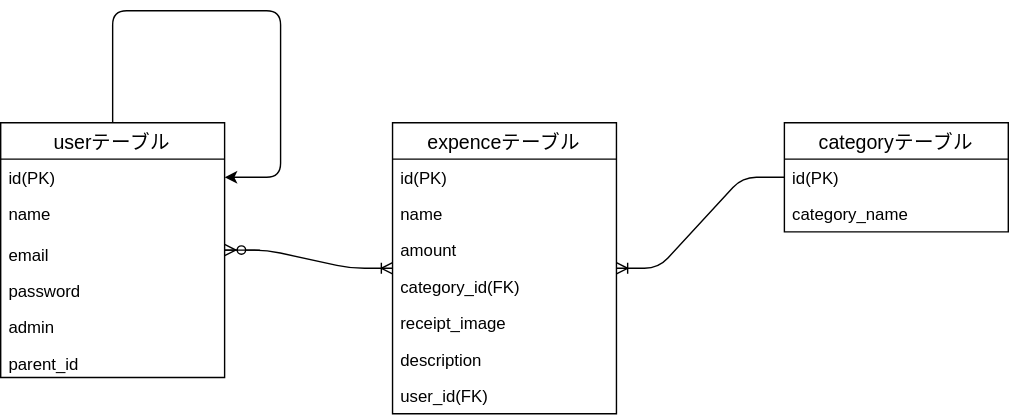
The draw.io diagram 09.rails_guide/ER.drawio.svg in junyoshimura57/TIL, before a commit. Source tidied: cells renumbered, new cells last; positions are measured from the earlier drawing's top-left corner, leaving out a move shared by most shapes.
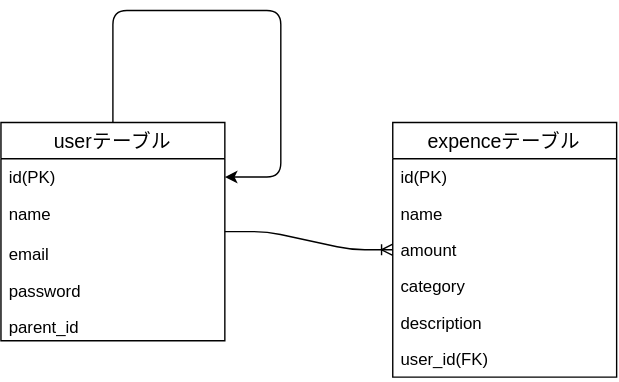
After the commit.

Change to the diagram source:
```diff
@@ -3,7 +3,7 @@
     <mxCell id="0" />
     <mxCell id="1" parent="0" />
     <mxCell id="2" value="expenceテーブル" style="swimlane;fontStyle=0;horizontal=1;startSize=26;align=center;fontSize=14;" parent="1" vertex="1">
-      <mxGeometry x="280" y="80" width="160" height="208" as="geometry" />
+      <mxGeometry x="280" y="80" width="160" height="182" as="geometry" />
     </mxCell>
     <mxCell id="3" value="id(PK)" style="text;strokeColor=none;fillColor=none;spacingLeft=4;spacingRight=4;overflow=hidden;fontSize=12;" parent="2" vertex="1">
       <mxGeometry y="26" width="160" height="26" as="geometry" />
@@ -14,29 +14,17 @@
     <mxCell id="5" value="amount" style="text;strokeColor=none;fillColor=none;spacingLeft=4;spacingRight=4;overflow=hidden;fontSize=12;" parent="2" vertex="1">
       <mxGeometry y="78" width="160" height="26" as="geometry" />
     </mxCell>
-    <mxCell id="6" value="category_id(FK)" style="text;strokeColor=none;fillColor=none;spacingLeft=4;spacingRight=4;overflow=hidden;fontSize=12;" parent="2" vertex="1">
+    <mxCell id="6" value="category" style="text;strokeColor=none;fillColor=none;spacingLeft=4;spacingRight=4;overflow=hidden;fontSize=12;" parent="2" vertex="1">
       <mxGeometry y="104" width="160" height="26" as="geometry" />
     </mxCell>
-    <mxCell id="7" value="receipt_image" style="text;strokeColor=none;fillColor=none;spacingLeft=4;spacingRight=4;overflow=hidden;fontSize=12;" parent="2" vertex="1">
-      <mxGeometry y="130" width="160" height="26" as="geometry" />
-    </mxCell>
     <mxCell id="8" value="description" style="text;strokeColor=none;fillColor=none;spacingLeft=4;spacingRight=4;overflow=hidden;fontSize=12;" parent="2" vertex="1">
-      <mxGeometry y="156" width="160" height="26" as="geometry" />
+      <mxGeometry y="130" width="160" height="26" as="geometry" />
     </mxCell>
     <mxCell id="9" value="user_id(FK)" style="text;strokeColor=none;fillColor=none;spacingLeft=4;spacingRight=4;overflow=hidden;fontSize=12;" parent="2" vertex="1">
-      <mxGeometry y="182" width="160" height="26" as="geometry" />
+      <mxGeometry y="156" width="160" height="26" as="geometry" />
     </mxCell>
-    <mxCell id="10" value="categoryテーブル" style="swimlane;fontStyle=0;horizontal=1;startSize=26;align=center;fontSize=14;" parent="1" vertex="1">
-      <mxGeometry x="560" y="80" width="160" height="78" as="geometry" />
-    </mxCell>
-    <mxCell id="11" value="id(PK)" style="text;strokeColor=none;fillColor=none;spacingLeft=4;spacingRight=4;overflow=hidden;fontSize=12;" parent="10" vertex="1">
-      <mxGeometry y="26" width="160" height="26" as="geometry" />
-    </mxCell>
-    <mxCell id="12" value="category_name" style="text;strokeColor=none;fillColor=none;spacingLeft=4;spacingRight=4;overflow=hidden;fontSize=12;" parent="10" vertex="1">
-      <mxGeometry y="52" width="160" height="26" as="geometry" />
-    </mxCell>
     <mxCell id="13" value="userテーブル" style="swimlane;fontStyle=0;horizontal=1;startSize=26;align=center;fontSize=14;" parent="1" vertex="1">
-      <mxGeometry y="80" width="160" height="182" as="geometry" />
+      <mxGeometry y="80" width="160" height="156" as="geometry" />
     </mxCell>
     <mxCell id="14" value="id(PK)" style="text;strokeColor=none;fillColor=none;spacingLeft=4;spacingRight=4;overflow=hidden;points=[[0,0.5],[1,0.5]];portConstraint=eastwest;fontSize=12;" parent="13" vertex="1">
       <mxGeometry y="26" width="160" height="26" as="geometry" />
@@ -50,15 +38,9 @@
     <mxCell id="17" value="password" style="text;strokeColor=none;fillColor=none;spacingLeft=4;spacingRight=4;overflow=hidden;fontSize=12;verticalAlign=bottom;" parent="13" vertex="1">
       <mxGeometry y="104" width="160" height="26" as="geometry" />
     </mxCell>
-    <mxCell id="18" value="admin" style="text;strokeColor=none;fillColor=none;spacingLeft=4;spacingRight=4;overflow=hidden;fontSize=12;verticalAlign=bottom;" parent="13" vertex="1">
-      <mxGeometry y="130" width="160" height="26" as="geometry" />
-    </mxCell>
     <mxCell id="19" value="parent_id" style="text;strokeColor=none;fillColor=none;spacingLeft=4;spacingRight=4;overflow=hidden;fontSize=12;verticalAlign=bottom;" parent="13" vertex="1">
-      <mxGeometry y="156" width="160" height="26" as="geometry" />
+      <mxGeometry y="130" width="160" height="26" as="geometry" />
     </mxCell>
-    <mxCell id="20" style="edgeStyle=entityRelationEdgeStyle;fontSize=12;html=1;endArrow=ERzeroToMany;endFill=1;exitX=1;exitY=0.5;exitDx=0;exitDy=0;" parent="13" edge="1" source="16" target="13">
-      <mxGeometry relative="1" as="geometry" />
-    </mxCell>
     <mxCell id="21" style="endArrow=classic;html=1;entryX=1;entryY=0.5;entryDx=0;entryDy=0;" parent="13" edge="1" source="13" target="14">
       <mxGeometry relative="1" as="geometry">
         <Array as="points">
@@ -71,8 +53,5 @@
     <mxCell id="22" style="edgeStyle=entityRelationEdgeStyle;fontSize=12;html=1;endArrow=ERoneToMany;" parent="1" edge="1" source="13" target="2">
       <mxGeometry relative="1" as="geometry" />
     </mxCell>
-    <mxCell id="23" style="edgeStyle=entityRelationEdgeStyle;fontSize=12;html=1;endArrow=ERoneToMany;" parent="1" edge="1" source="10" target="2">
-      <mxGeometry relative="1" as="geometry" />
-    </mxCell>
   </root>
 </mxGraphModel>
```
